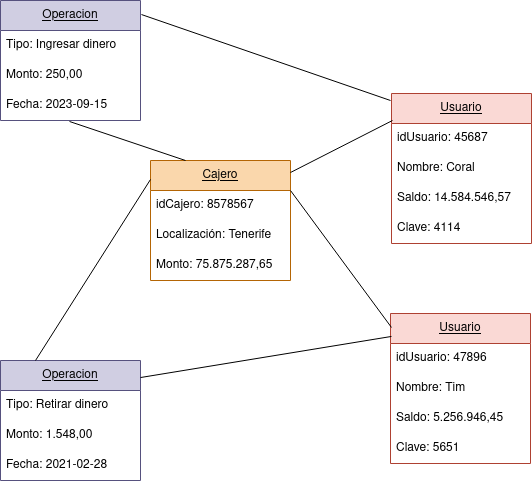
Chugani05/entorno_de_desarrollo keeps this draw.io diagram as diagramas/tarea6 (cajero automatico)/diagrama_objetos_cajero_automatico.png. Above is the earlier version. Source tidied: cells renumbered, new cells last; positions are measured from the earlier drawing's top-left corner, leaving out a move shared by most shapes. Its diagram source:
```xml
<mxGraphModel>
  <root>
    <mxCell id="0" />
    <mxCell id="1" parent="0" />
    <mxCell id="2" value="&lt;u&gt;Usuario&lt;/u&gt;" style="swimlane;fontStyle=0;horizontal=1;startSize=30;whiteSpace=wrap;html=1;fillColor=#fad9d5;strokeColor=#ae4132;" parent="1" vertex="1">
      <mxGeometry x="391" y="93" width="140" height="150" as="geometry" />
    </mxCell>
    <mxCell id="3" value="idUsuario: 45687" style="text;strokeColor=none;fillColor=none;align=left;verticalAlign=middle;spacingLeft=4;spacingRight=4;overflow=hidden;whiteSpace=wrap;html=1;" parent="2" vertex="1">
      <mxGeometry y="30" width="140" height="30" as="geometry" />
    </mxCell>
    <mxCell id="4" value="Nombre: Coral" style="text;strokeColor=none;fillColor=none;align=left;verticalAlign=middle;spacingLeft=4;spacingRight=4;overflow=hidden;whiteSpace=wrap;html=1;" parent="2" vertex="1">
      <mxGeometry y="60" width="140" height="30" as="geometry" />
    </mxCell>
    <mxCell id="5" value="Saldo: 14.584.546,57" style="text;strokeColor=none;fillColor=none;align=left;verticalAlign=middle;spacingLeft=4;spacingRight=4;overflow=hidden;whiteSpace=wrap;html=1;" parent="2" vertex="1">
      <mxGeometry y="90" width="140" height="30" as="geometry" />
    </mxCell>
    <mxCell id="6" value="Clave: 4114" style="text;strokeColor=none;fillColor=none;align=left;verticalAlign=middle;spacingLeft=4;spacingRight=4;overflow=hidden;whiteSpace=wrap;html=1;" parent="2" vertex="1">
      <mxGeometry y="120" width="140" height="30" as="geometry" />
    </mxCell>
    <mxCell id="7" value="&lt;u&gt;Operacion&lt;/u&gt;" style="swimlane;fontStyle=0;horizontal=1;startSize=30;whiteSpace=wrap;html=1;fillColor=#d0cee2;strokeColor=#56517e;" parent="1" vertex="1">
      <mxGeometry width="140" height="120" as="geometry" />
    </mxCell>
    <mxCell id="8" value="Tipo: Ingresar dinero" style="text;strokeColor=none;fillColor=none;align=left;verticalAlign=middle;spacingLeft=4;spacingRight=4;overflow=hidden;whiteSpace=wrap;html=1;" parent="7" vertex="1">
      <mxGeometry y="30" width="140" height="30" as="geometry" />
    </mxCell>
    <mxCell id="9" value="Monto: 250,00" style="text;strokeColor=none;fillColor=none;align=left;verticalAlign=middle;spacingLeft=4;spacingRight=4;overflow=hidden;whiteSpace=wrap;html=1;" parent="7" vertex="1">
      <mxGeometry y="60" width="140" height="30" as="geometry" />
    </mxCell>
    <mxCell id="10" value="&lt;div&gt;Fecha: 2023-09-15&lt;/div&gt;" style="text;strokeColor=none;fillColor=none;align=left;verticalAlign=middle;spacingLeft=4;spacingRight=4;overflow=hidden;points=[[0,0.5],[1,0.5]];portConstraint=eastwest;whiteSpace=wrap;html=1;" parent="7" vertex="1">
      <mxGeometry y="90" width="140" height="30" as="geometry" />
    </mxCell>
    <mxCell id="11" value="&lt;u&gt;Cajero&lt;/u&gt;" style="swimlane;fontStyle=0;horizontal=1;startSize=30;whiteSpace=wrap;html=1;fillColor=#fad7ac;strokeColor=#b46504;" parent="1" vertex="1">
      <mxGeometry x="150" y="160" width="140" height="120" as="geometry" />
    </mxCell>
    <mxCell id="12" value="idCajero: 8578567" style="text;strokeColor=none;fillColor=none;align=left;verticalAlign=middle;spacingLeft=4;spacingRight=4;overflow=hidden;whiteSpace=wrap;html=1;" parent="11" vertex="1">
      <mxGeometry y="30" width="140" height="30" as="geometry" />
    </mxCell>
    <mxCell id="13" value="Localización: Tenerife" style="text;strokeColor=none;fillColor=none;align=left;verticalAlign=middle;spacingLeft=4;spacingRight=4;overflow=hidden;points=[[0,0.5],[1,0.5]];portConstraint=eastwest;whiteSpace=wrap;html=1;" parent="11" vertex="1">
      <mxGeometry y="60" width="140" height="30" as="geometry" />
    </mxCell>
    <mxCell id="14" value="Monto: 75.875.287,65" style="text;strokeColor=none;fillColor=none;align=left;verticalAlign=middle;spacingLeft=4;spacingRight=4;overflow=hidden;whiteSpace=wrap;html=1;" parent="11" vertex="1">
      <mxGeometry y="90" width="140" height="30" as="geometry" />
    </mxCell>
    <mxCell id="15" value="&lt;u&gt;Usuario&lt;/u&gt;" style="swimlane;fontStyle=0;horizontal=1;startSize=30;whiteSpace=wrap;html=1;fillColor=#fad9d5;strokeColor=#ae4132;" parent="1" vertex="1">
      <mxGeometry x="390" y="313" width="140" height="150" as="geometry" />
    </mxCell>
    <mxCell id="16" value="idUsuario: 47896" style="text;strokeColor=none;fillColor=none;align=left;verticalAlign=middle;spacingLeft=4;spacingRight=4;overflow=hidden;whiteSpace=wrap;html=1;" parent="15" vertex="1">
      <mxGeometry y="30" width="140" height="30" as="geometry" />
    </mxCell>
    <mxCell id="17" value="Nombre: Tim" style="text;strokeColor=none;fillColor=none;align=left;verticalAlign=middle;spacingLeft=4;spacingRight=4;overflow=hidden;whiteSpace=wrap;html=1;" parent="15" vertex="1">
      <mxGeometry y="60" width="140" height="30" as="geometry" />
    </mxCell>
    <mxCell id="18" value="Saldo: 5.256.946,45" style="text;strokeColor=none;fillColor=none;align=left;verticalAlign=middle;spacingLeft=4;spacingRight=4;overflow=hidden;whiteSpace=wrap;html=1;" parent="15" vertex="1">
      <mxGeometry y="90" width="140" height="30" as="geometry" />
    </mxCell>
    <mxCell id="19" value="Clave: 5651" style="text;strokeColor=none;fillColor=none;align=left;verticalAlign=middle;spacingLeft=4;spacingRight=4;overflow=hidden;whiteSpace=wrap;html=1;" parent="15" vertex="1">
      <mxGeometry y="120" width="140" height="30" as="geometry" />
    </mxCell>
    <mxCell id="20" value="&lt;u&gt;Operacion&lt;/u&gt;" style="swimlane;fontStyle=0;horizontal=1;startSize=30;whiteSpace=wrap;html=1;fillColor=#d0cee2;strokeColor=#56517e;" parent="1" vertex="1">
      <mxGeometry y="360" width="140" height="120" as="geometry" />
    </mxCell>
    <mxCell id="21" value="Tipo: Retirar dinero" style="text;strokeColor=none;fillColor=none;align=left;verticalAlign=middle;spacingLeft=4;spacingRight=4;overflow=hidden;whiteSpace=wrap;html=1;" parent="20" vertex="1">
      <mxGeometry y="30" width="140" height="30" as="geometry" />
    </mxCell>
    <mxCell id="22" value="Monto: 1.548,00" style="text;strokeColor=none;fillColor=none;align=left;verticalAlign=middle;spacingLeft=4;spacingRight=4;overflow=hidden;whiteSpace=wrap;html=1;" parent="20" vertex="1">
      <mxGeometry y="60" width="140" height="30" as="geometry" />
    </mxCell>
    <mxCell id="23" value="Fecha: 2021-02-28" style="text;strokeColor=none;fillColor=none;align=left;verticalAlign=middle;spacingLeft=4;spacingRight=4;overflow=hidden;whiteSpace=wrap;html=1;" parent="20" vertex="1">
      <mxGeometry y="90" width="140" height="30" as="geometry" />
    </mxCell>
    <mxCell id="24" style="endArrow=none;html=1;rounded=0;entryX=1.007;entryY=0.117;entryDx=0;entryDy=0;entryPerimeter=0;" parent="1" edge="1" target="7">
      <mxGeometry relative="1" as="geometry">
        <mxPoint x="390" y="100" as="sourcePoint" />
      </mxGeometry>
    </mxCell>
    <mxCell id="25" style="endArrow=none;html=1;rounded=0;exitX=0.007;exitY=0.153;exitDx=0;exitDy=0;exitPerimeter=0;entryX=1;entryY=0.142;entryDx=0;entryDy=0;entryPerimeter=0;" parent="1" edge="1" source="15" target="20">
      <mxGeometry relative="1" as="geometry" />
    </mxCell>
    <mxCell id="26" style="endArrow=none;html=1;rounded=0;entryX=0.007;entryY=0.18;entryDx=0;entryDy=0;entryPerimeter=0;exitX=1;exitY=0.1;exitDx=0;exitDy=0;exitPerimeter=0;" parent="1" edge="1" source="11" target="2">
      <mxGeometry relative="1" as="geometry" />
    </mxCell>
    <mxCell id="27" style="endArrow=none;html=1;rounded=0;exitX=1;exitY=0.25;exitDx=0;exitDy=0;entryX=0.007;entryY=0.093;entryDx=0;entryDy=0;entryPerimeter=0;" parent="1" edge="1" source="11" target="15">
      <mxGeometry relative="1" as="geometry" />
    </mxCell>
    <mxCell id="28" style="endArrow=none;html=1;rounded=0;exitX=0.25;exitY=0;exitDx=0;exitDy=0;entryX=0;entryY=0.158;entryDx=0;entryDy=0;entryPerimeter=0;" parent="1" edge="1" source="20" target="11">
      <mxGeometry relative="1" as="geometry" />
    </mxCell>
    <mxCell id="29" style="endArrow=none;html=1;rounded=0;entryX=0.25;entryY=0;entryDx=0;entryDy=0;exitX=0.493;exitY=1.033;exitDx=0;exitDy=0;exitPerimeter=0;" parent="1" edge="1" source="10" target="11">
      <mxGeometry relative="1" as="geometry" />
    </mxCell>
  </root>
</mxGraphModel>
```
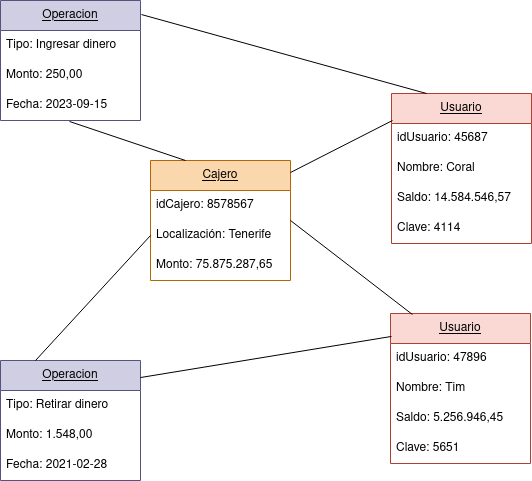
The same diagram one commit later.

What changed in the source:
```diff
@@ -68,10 +68,8 @@
     <mxCell id="23" value="Fecha: 2021-02-28" style="text;strokeColor=none;fillColor=none;align=left;verticalAlign=middle;spacingLeft=4;spacingRight=4;overflow=hidden;whiteSpace=wrap;html=1;" parent="20" vertex="1">
       <mxGeometry y="90" width="140" height="30" as="geometry" />
     </mxCell>
-    <mxCell id="24" style="endArrow=none;html=1;rounded=0;entryX=1.007;entryY=0.117;entryDx=0;entryDy=0;entryPerimeter=0;" parent="1" edge="1" target="7">
-      <mxGeometry relative="1" as="geometry">
-        <mxPoint x="390" y="100" as="sourcePoint" />
-      </mxGeometry>
+    <mxCell id="24" style="endArrow=none;html=1;rounded=0;entryX=1.007;entryY=0.117;entryDx=0;entryDy=0;entryPerimeter=0;exitX=0.25;exitY=0;exitDx=0;exitDy=0;" parent="1" edge="1" source="2" target="7">
+      <mxGeometry relative="1" as="geometry" />
     </mxCell>
     <mxCell id="25" style="endArrow=none;html=1;rounded=0;exitX=0.007;exitY=0.153;exitDx=0;exitDy=0;exitPerimeter=0;entryX=1;entryY=0.142;entryDx=0;entryDy=0;entryPerimeter=0;" parent="1" edge="1" source="15" target="20">
       <mxGeometry relative="1" as="geometry" />
@@ -79,10 +77,12 @@
     <mxCell id="26" style="endArrow=none;html=1;rounded=0;entryX=0.007;entryY=0.18;entryDx=0;entryDy=0;entryPerimeter=0;exitX=1;exitY=0.1;exitDx=0;exitDy=0;exitPerimeter=0;" parent="1" edge="1" source="11" target="2">
       <mxGeometry relative="1" as="geometry" />
     </mxCell>
-    <mxCell id="27" style="endArrow=none;html=1;rounded=0;exitX=1;exitY=0.25;exitDx=0;exitDy=0;entryX=0.007;entryY=0.093;entryDx=0;entryDy=0;entryPerimeter=0;" parent="1" edge="1" source="11" target="15">
-      <mxGeometry relative="1" as="geometry" />
+    <mxCell id="27" style="endArrow=none;html=1;rounded=0;entryX=0.157;entryY=0.007;entryDx=0;entryDy=0;entryPerimeter=0;" parent="1" edge="1" target="15">
+      <mxGeometry relative="1" as="geometry">
+        <mxPoint x="290" y="220" as="sourcePoint" />
+      </mxGeometry>
     </mxCell>
-    <mxCell id="28" style="endArrow=none;html=1;rounded=0;exitX=0.25;exitY=0;exitDx=0;exitDy=0;entryX=0;entryY=0.158;entryDx=0;entryDy=0;entryPerimeter=0;" parent="1" edge="1" source="20" target="11">
+    <mxCell id="28" style="endArrow=none;html=1;rounded=0;exitX=0.25;exitY=0;exitDx=0;exitDy=0;entryX=0;entryY=0.5;entryDx=0;entryDy=0;" parent="1" edge="1" source="20" target="13">
       <mxGeometry relative="1" as="geometry" />
     </mxCell>
     <mxCell id="29" style="endArrow=none;html=1;rounded=0;entryX=0.25;entryY=0;entryDx=0;entryDy=0;exitX=0.493;exitY=1.033;exitDx=0;exitDy=0;exitPerimeter=0;" parent="1" edge="1" source="10" target="11">
```
